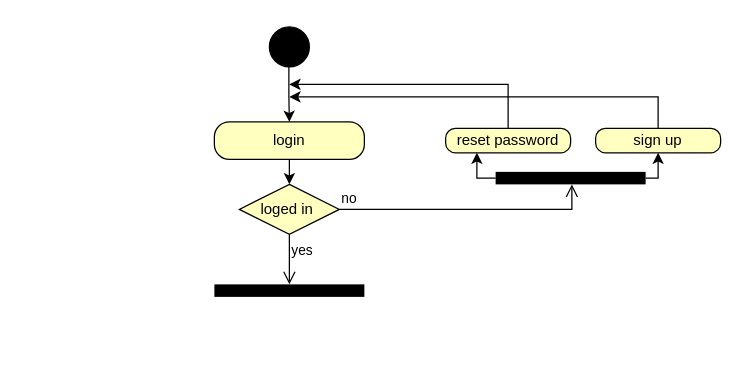
Earlier version of the draw.io diagram activite.drawio (oualidazemray/ENIIMSPORTS-v2). Source tidied: cells renumbered, new cells numbered last; positions are measured from the earlier drawing's top-left corner, leaving out a move shared by most shapes. Both pictures are drawn from the tidied source at 125%, with x=0, y=0 at pixel (214, 21).
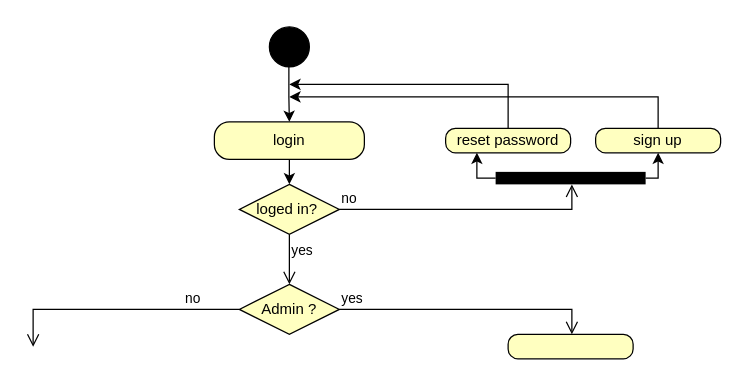
After the change.

Change to the diagram source:
```diff
@@
-    <mxCell id="6" value="loged in&amp;nbsp;" style="rhombus;whiteSpace=wrap;html=1;fontColor=#000000;fillColor=#ffffc0;strokeColor=default;" parent="1" vertex="1">
+    <mxCell id="6" value="loged in?&amp;nbsp;" style="rhombus;whiteSpace=wrap;html=1;fontColor=#000000;fillColor=#ffffc0;strokeColor=default;" parent="1" vertex="1">
       <mxGeometry x="20" y="130" width="80" height="40" as="geometry" />
     </mxCell>
@@
-    <mxCell id="8" value="yes" style="edgeStyle=orthogonalEdgeStyle;html=1;align=left;verticalAlign=top;endArrow=open;endSize=8;strokeColor=#000000;rounded=0;entryX=0.5;entryY=0;entryDx=0;entryDy=0;" parent="1" edge="1" source="6" target="16">
+    <mxCell id="8" value="yes" style="edgeStyle=orthogonalEdgeStyle;html=1;align=left;verticalAlign=top;endArrow=open;endSize=8;strokeColor=#000000;rounded=0;" parent="1" edge="1" source="6" target="17">
       <mxGeometry x="-1" relative="1" as="geometry" />
     </mxCell>
@@
-    <mxCell id="16" style="rounded=0;whiteSpace=wrap;html=1;fillColor=#000000;strokeColor=none;" parent="1" vertex="1">
-      <mxGeometry y="210" width="120" height="10" as="geometry" />
-    </mxCell>
+    <mxCell id="17" value="Admin ?" style="rhombus;whiteSpace=wrap;html=1;fontColor=#000000;fillColor=#ffffc0;strokeColor=default;" parent="1" vertex="1">
+      <mxGeometry x="20" y="210" width="80" height="40" as="geometry" />
+    </mxCell>
+    <mxCell id="18" value="yes" style="edgeStyle=orthogonalEdgeStyle;html=1;align=left;verticalAlign=bottom;endArrow=open;endSize=8;strokeColor=#000000;rounded=0;exitX=1;exitY=0.5;exitDx=0;exitDy=0;" parent="1" edge="1" source="17">
+      <mxGeometry x="-1" relative="1" as="geometry">
+        <mxPoint x="286" y="250" as="targetPoint" />
+        <Array as="points">
+          <mxPoint x="286" y="230" />
+        </Array>
+      </mxGeometry>
+    </mxCell>
+    <mxCell id="19" value="no" style="edgeStyle=orthogonalEdgeStyle;html=1;align=left;verticalAlign=bottom;endArrow=open;endSize=8;strokeColor=#000000;rounded=0;exitX=0;exitY=0.5;exitDx=0;exitDy=0;" parent="1" edge="1" source="17">
+      <mxGeometry x="-0.54" relative="1" as="geometry">
+        <mxPoint x="-145" y="260" as="targetPoint" />
+        <Array as="points">
+          <mxPoint x="-145" y="230" />
+        </Array>
+      </mxGeometry>
+    </mxCell>
+    <mxCell id="20" style="rounded=1;whiteSpace=wrap;html=1;arcSize=40;fontColor=#000000;fillColor=#ffffc0;strokeColor=default;" parent="1" vertex="1">
+      <mxGeometry x="235" y="250" width="100" height="19.5" as="geometry" />
+    </mxCell>
```
